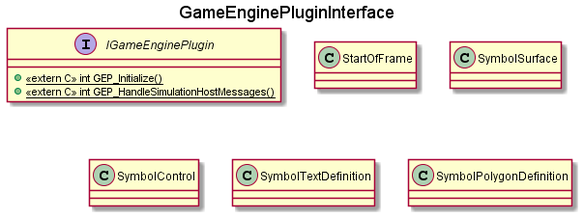
Earlier version of the PlantUML export GameEnginePlugin/Docs/GameEnginePluginInterface.png (stevostj/Sandbox).
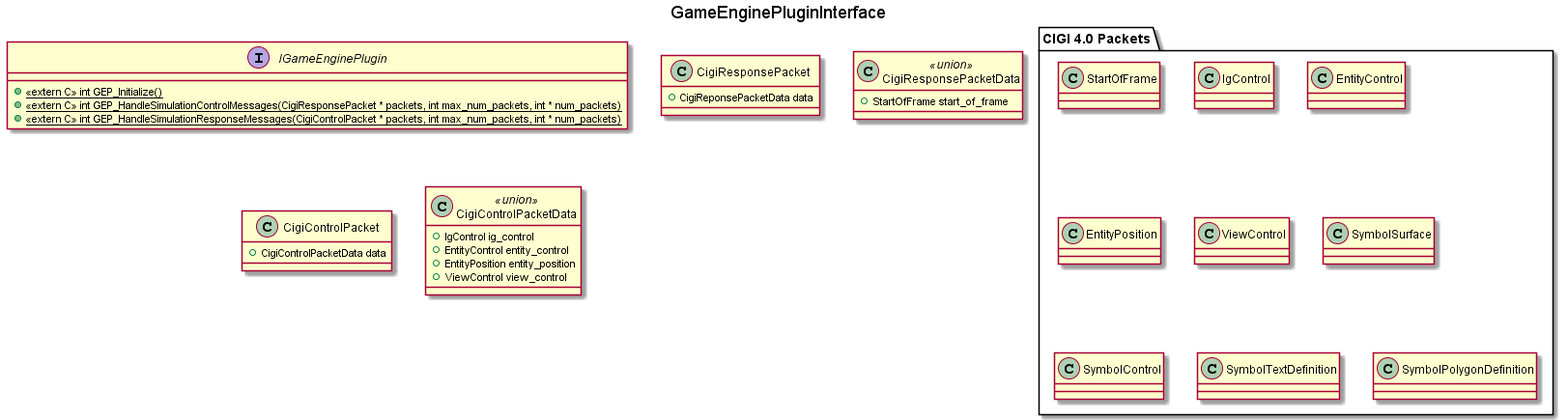
The same diagram one commit later.

Diff of the diagram source:
```diff
@@ -2,29 +2,71 @@
 
 title "GameEnginePluginInterface"
 
+top to bottom direction
+
 interface "IGameEnginePlugin"  as IGEP {
     + {static} <<extern C>> int GEP_Initialize()
-    + {static} <<extern C>> int GEP_HandleSimulationHostMessages()
+    + {static} <<extern C>> int GEP_HandleSimulationControlMessages(CigiResponsePacket * packets, int max_num_packets, int * num_packets)
+    + {static} <<extern C>> int GEP_HandleSimulationResponseMessages(CigiControlPacket * packets, int max_num_packets, int * num_packets)
 
 }
 
-class "StartOfFrame" {
-
+class "CigiResponsePacket" {
+    + CigiReponsePacketData data
 }
 
-class "SymbolSurface" {
-
+class CigiResponsePacketData <<union>> {
+    + StartOfFrame start_of_frame
 }
 
-class "SymbolControl" {
-
+class "CigiControlPacket" {
+    + CigiControlPacketData data
 }
 
-class "SymbolTextDefinition" {
-
+class CigiControlPacketData <<union>> {
+    + IgControl ig_control
+    + EntityControl entity_control
+    + EntityPosition entity_position
+    + ViewControl view_control
 }
 
-class "SymbolPolygonDefinition" {
+package "CIGI 4.0 Packets" as CIGI {
+
+    class "StartOfFrame" {
+
+    }
+
+    class "IgControl" {
+
+    }
+
+    class "EntityControl" {
+
+    }
+
+    class "EntityPosition" {
+
+    }
+
+    class "ViewControl" {
+
+    }
+
+    class "SymbolSurface" {
+
+    }
+
+    class "SymbolControl" {
+
+    }
+
+    class "SymbolTextDefinition" {
+
+    }
+
+    class "SymbolPolygonDefinition" {
+
+    }
 
 }
 
```
